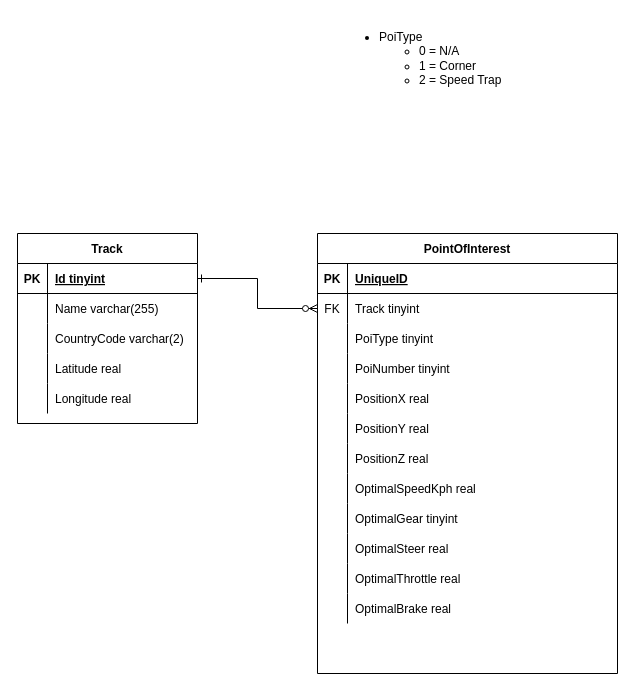
Before: page "Tracks" (2 of 2) of Cloud Storage Maps/ApexVisualSqlErd.drawio in TimHanewich/ApexVisual.F1_2020, a draw.io diagram. Source tidied: cells renumbered, new cells numbered last; positions are measured from the earlier drawing's top-left corner, leaving out a move shared by most shapes. Both pictures are drawn from the tidied source at 100%, with x=0, y=0 at pixel (17, 23).
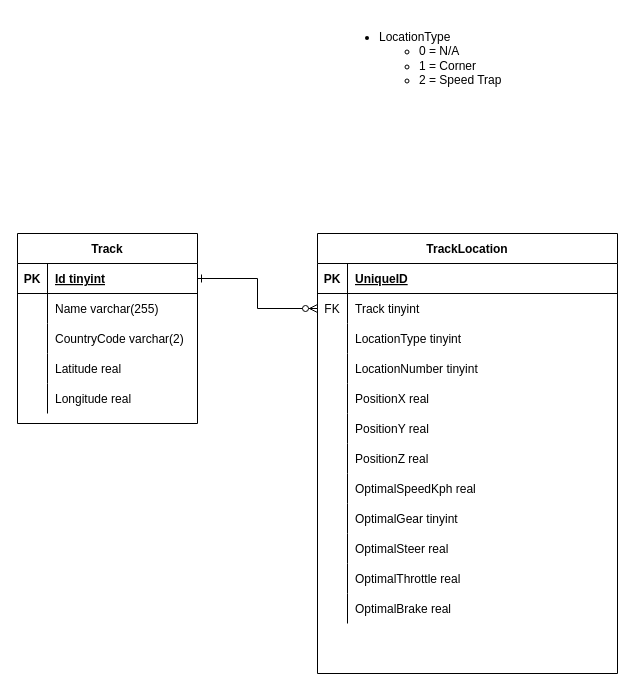
The same diagram, later.

Unchanged cells that the change refers to:
```xml
<mxCell id="25" style="shape=partialRectangle;fillColor=none;top=0;left=0;bottom=0;right=0;" parent="18" vertex="1">
  <mxGeometry y="90" width="300" height="30" as="geometry" />
</mxCell>
<mxCell id="28" style="shape=partialRectangle;fillColor=none;top=0;left=0;bottom=0;right=0;" parent="18" vertex="1">
  <mxGeometry y="120" width="300" height="30" as="geometry" />
</mxCell>
```

Change to the diagram source:
```diff
@@
-    <mxCell id="18" value="PointOfInterest" style="shape=table;startSize=30;childLayout=tableLayout;rowLines=0;fontStyle=1;align=center;" parent="1" vertex="1">
+    <mxCell id="18" value="TrackLocation" style="shape=table;startSize=30;childLayout=tableLayout;rowLines=0;fontStyle=1;align=center;" parent="1" vertex="1">
       <mxGeometry x="300" y="210" width="300" height="440" as="geometry" />
     </mxCell>
@@
-    <mxCell id="27" value="PoiType tinyint" style="shape=partialRectangle;fillColor=none;top=0;left=0;bottom=0;right=0;align=left;spacingLeft=6;overflow=hidden;" parent="25" vertex="1">
+    <mxCell id="27" value="LocationType tinyint" style="shape=partialRectangle;fillColor=none;top=0;left=0;bottom=0;right=0;align=left;spacingLeft=6;overflow=hidden;" parent="25" vertex="1">
       <mxGeometry x="30" width="270" height="30" as="geometry" />
     </mxCell>
@@
-    <mxCell id="30" value="PoiNumber tinyint" style="shape=partialRectangle;fillColor=none;top=0;left=0;bottom=0;right=0;align=left;spacingLeft=6;overflow=hidden;" parent="28" vertex="1">
+    <mxCell id="30" value="LocationNumber tinyint" style="shape=partialRectangle;fillColor=none;top=0;left=0;bottom=0;right=0;align=left;spacingLeft=6;overflow=hidden;" parent="28" vertex="1">
       <mxGeometry x="30" width="270" height="30" as="geometry" />
     </mxCell>
@@
-    <mxCell id="55" value="&lt;ul&gt;&lt;li&gt;PoiType&lt;/li&gt;&lt;ul&gt;&lt;li&gt;0 = N/A&lt;/li&gt;&lt;li&gt;1 = Corner&lt;/li&gt;&lt;li&gt;2 = Speed Trap&lt;/li&gt;&lt;/ul&gt;&lt;/ul&gt;" style="text;html=1;strokeColor=none;fillColor=none;align=left;verticalAlign=middle;whiteSpace=wrap;rounded=0;" parent="1" vertex="1">
+    <mxCell id="55" value="&lt;ul&gt;&lt;li&gt;LocationType&lt;/li&gt;&lt;ul&gt;&lt;li&gt;0 = N/A&lt;/li&gt;&lt;li&gt;1 = Corner&lt;/li&gt;&lt;li&gt;2 = Speed Trap&lt;/li&gt;&lt;/ul&gt;&lt;/ul&gt;" style="text;html=1;strokeColor=none;fillColor=none;align=left;verticalAlign=middle;whiteSpace=wrap;rounded=0;" parent="1" vertex="1">
       <mxGeometry x="320" width="250" height="70" as="geometry" />
     </mxCell>
```
